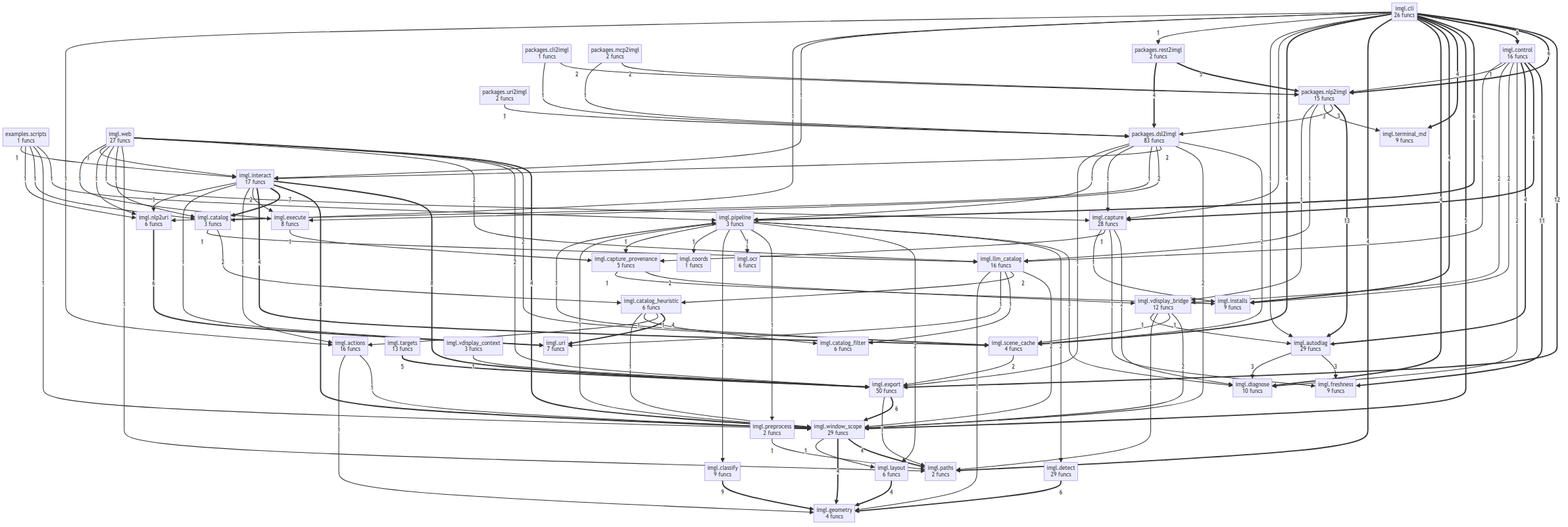
Before: project/compact_flow.png, a diagram exported from Mermaid (semcod/imgl). Its source is kept beside it as project/compact_flow.mmd.
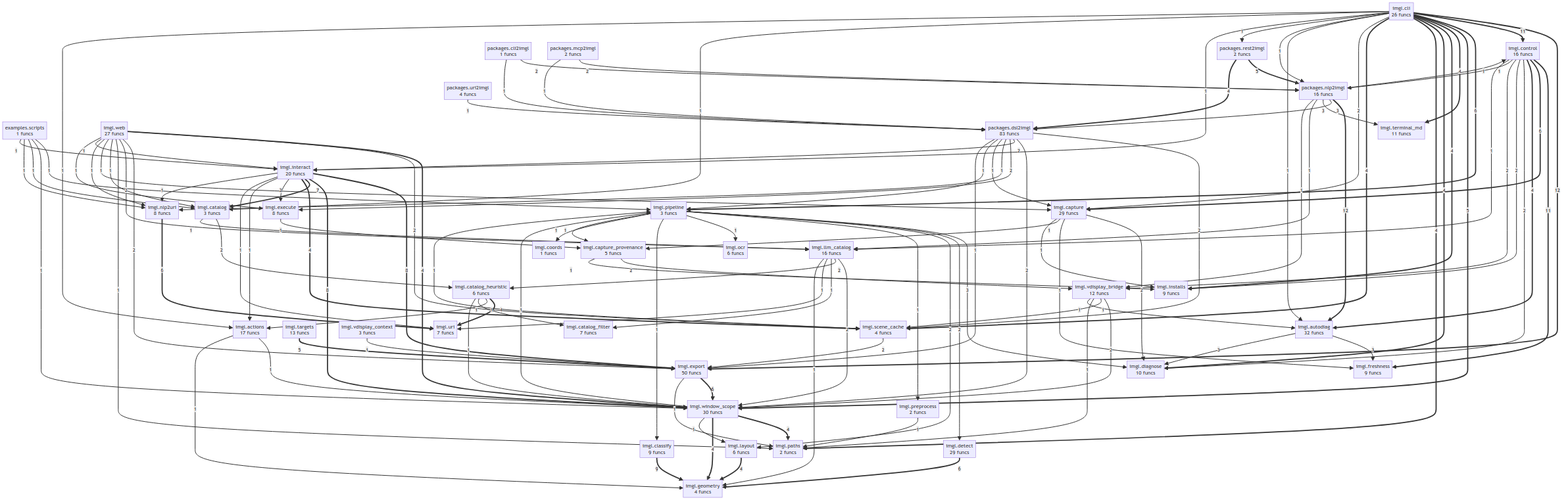
The same file after the commit.

Change to the diagram source:
```diff
@@ -1,11 +1,11 @@
 flowchart TD
     examples__scripts["examples.scripts<br/>1 funcs"]
-    imgl__actions["imgl.actions<br/>16 funcs"]
-    imgl__autodiag["imgl.autodiag<br/>29 funcs"]
-    imgl__capture["imgl.capture<br/>28 funcs"]
+    imgl__actions["imgl.actions<br/>17 funcs"]
+    imgl__autodiag["imgl.autodiag<br/>32 funcs"]
+    imgl__capture["imgl.capture<br/>29 funcs"]
     imgl__capture_provenance["imgl.capture_provenance<br/>5 funcs"]
     imgl__catalog["imgl.catalog<br/>3 funcs"]
-    imgl__catalog_filter["imgl.catalog_filter<br/>6 funcs"]
+    imgl__catalog_filter["imgl.catalog_filter<br/>7 funcs"]
     imgl__catalog_heuristic["imgl.catalog_heuristic<br/>6 funcs"]
     imgl__classify["imgl.classify<br/>9 funcs"]
     imgl__cli["imgl.cli<br/>26 funcs"]
@@ -18,58 +18,57 @@
     imgl__freshness["imgl.freshness<br/>9 funcs"]
     imgl__geometry["imgl.geometry<br/>4 funcs"]
     imgl__installs["imgl.installs<br/>9 funcs"]
-    imgl__interact["imgl.interact<br/>17 funcs"]
+    imgl__interact["imgl.interact<br/>20 funcs"]
     imgl__layout["imgl.layout<br/>6 funcs"]
     imgl__llm_catalog["imgl.llm_catalog<br/>16 funcs"]
-    imgl__nlp2uri["imgl.nlp2uri<br/>6 funcs"]
+    imgl__nlp2uri["imgl.nlp2uri<br/>8 funcs"]
     imgl__ocr["imgl.ocr<br/>6 funcs"]
     imgl__paths["imgl.paths<br/>2 funcs"]
     imgl__pipeline["imgl.pipeline<br/>3 funcs"]
     imgl__preprocess["imgl.preprocess<br/>2 funcs"]
     imgl__scene_cache["imgl.scene_cache<br/>4 funcs"]
     imgl__targets["imgl.targets<br/>13 funcs"]
-    imgl__terminal_md["imgl.terminal_md<br/>9 funcs"]
+    imgl__terminal_md["imgl.terminal_md<br/>11 funcs"]
     imgl__uri["imgl.uri<br/>7 funcs"]
     imgl__vdisplay_bridge["imgl.vdisplay_bridge<br/>12 funcs"]
     imgl__vdisplay_context["imgl.vdisplay_context<br/>3 funcs"]
     imgl__web["imgl.web<br/>27 funcs"]
-    imgl__window_scope["imgl.window_scope<br/>29 funcs"]
+    imgl__window_scope["imgl.window_scope<br/>30 funcs"]
     packages__cli2imgl["packages.cli2imgl<br/>1 funcs"]
     packages__dsl2imgl["packages.dsl2imgl<br/>83 funcs"]
     packages__mcp2imgl["packages.mcp2imgl<br/>2 funcs"]
-    packages__nlp2imgl["packages.nlp2imgl<br/>15 funcs"]
+    packages__nlp2imgl["packages.nlp2imgl<br/>16 funcs"]
     packages__rest2imgl["packages.rest2imgl<br/>2 funcs"]
-    packages__uri2imgl["packages.uri2imgl<br/>2 funcs"]
-    packages__nlp2imgl ==>|13| imgl__autodiag
+    packages__uri2imgl["packages.uri2imgl<br/>4 funcs"]
+    packages__nlp2imgl ==>|12| imgl__autodiag
     imgl__cli ==>|12| imgl__export
+    imgl__cli ==>|11| imgl__control
     imgl__control ==>|11| imgl__freshness
     imgl__classify ==>|9| imgl__geometry
     imgl__interact ==>|8| imgl__export
     imgl__interact ==>|8| imgl__window_scope
     imgl__interact ==>|7| imgl__catalog
-    imgl__nlp2uri ==>|6| imgl__uri
+    imgl__cli ==>|6| imgl__pipeline
     imgl__control ==>|6| imgl__capture
     imgl__export ==>|6| imgl__window_scope
     imgl__detect ==>|6| imgl__geometry
-    imgl__cli ==>|6| packages__nlp2imgl
-    imgl__cli ==>|6| imgl__control
-    imgl__cli ==>|6| imgl__pipeline
+    imgl__nlp2uri ==>|6| imgl__uri
     packages__rest2imgl ==>|5| packages__nlp2imgl
     imgl__cli ==>|5| imgl__window_scope
     imgl__targets ==>|5| imgl__export
     packages__rest2imgl ==>|4| packages__dsl2imgl
-    imgl__interact ==>|4| imgl__scene_cache
-    imgl__layout ==>|4| imgl__geometry
-    imgl__window_scope ==>|4| imgl__paths
-    imgl__window_scope ==>|4| imgl__geometry
-    imgl__control ==>|4| imgl__autodiag
-    imgl__catalog_heuristic ==>|4| imgl__uri
-    imgl__web ==>|4| imgl__window_scope
     imgl__cli ==>|4| imgl__terminal_md
     imgl__cli ==>|4| imgl__installs
     imgl__cli ==>|4| imgl__diagnose
     imgl__cli ==>|4| imgl__paths
     imgl__cli ==>|4| imgl__scene_cache
+    imgl__layout ==>|4| imgl__geometry
+    imgl__control ==>|4| imgl__autodiag
+    imgl__catalog_heuristic ==>|4| imgl__uri
+    imgl__web ==>|4| imgl__window_scope
+    imgl__interact ==>|4| imgl__scene_cache
+    imgl__window_scope ==>|4| imgl__paths
+    imgl__window_scope ==>|4| imgl__geometry
     packages__nlp2imgl -->|3| packages__dsl2imgl
     packages__nlp2imgl -->|3| imgl__terminal_md
     imgl__pipeline -->|3| imgl__diagnose
@@ -81,10 +80,9 @@
     packages__dsl2imgl -->|2| imgl__window_scope
     packages__dsl2imgl -->|2| imgl__interact
     packages__dsl2imgl -->|2| imgl__execute
+    imgl__cli -->|2| imgl__capture
     imgl__scene_cache -->|2| imgl__export
-    imgl__interact -->|2| imgl__execute
     imgl__catalog -->|2| imgl__catalog_heuristic
-    imgl__capture -->|2| imgl__diagnose
     imgl__llm_catalog -->|2| imgl__window_scope
     imgl__llm_catalog -->|2| imgl__catalog_heuristic
     imgl__pipeline -->|2| imgl__detect
@@ -97,7 +95,8 @@
     imgl__web -->|2| imgl__scene_cache
     imgl__web -->|2| imgl__export
     imgl__web -->|2| imgl__llm_catalog
-    imgl__cli -->|2| imgl__capture
+    imgl__interact -->|2| imgl__execute
+    imgl__capture -->|2| imgl__diagnose
     packages__cli2imgl -->|1| packages__dsl2imgl
     packages__uri2imgl -->|1| packages__dsl2imgl
     packages__mcp2imgl -->|1| packages__dsl2imgl
@@ -107,27 +106,24 @@
     packages__dsl2imgl -->|1| imgl__export
     packages__nlp2imgl -->|1| imgl__llm_catalog
     packages__nlp2imgl -->|1| imgl__vdisplay_bridge
+    packages__nlp2imgl -->|1| imgl__control
     examples__scripts -->|1| imgl__pipeline
     examples__scripts -->|1| imgl__window_scope
     examples__scripts -->|1| imgl__catalog
     examples__scripts -->|1| imgl__nlp2uri
     examples__scripts -->|1| imgl__interact
+    imgl__cli -->|1| imgl__autodiag
+    imgl__cli -->|1| packages__nlp2imgl
+    imgl__cli -->|1| packages__rest2imgl
+    imgl__cli -->|1| imgl__interact
+    imgl__cli -->|1| imgl__catalog
+    imgl__cli -->|1| imgl__actions
     imgl__scene_cache -->|1| imgl__pipeline
-    imgl__interact -->|1| imgl__actions
-    imgl__interact -->|1| imgl__uri
-    imgl__interact -->|1| imgl__nlp2uri
-    imgl__actions -->|1| imgl__window_scope
-    imgl__actions -->|1| imgl__geometry
     imgl__catalog -->|1| imgl__llm_catalog
-    imgl__capture -->|1| imgl__freshness
-    imgl__capture -->|1| imgl__capture_provenance
-    imgl__capture -->|1| imgl__installs
     imgl__preprocess -->|1| imgl__paths
     imgl__llm_catalog -->|1| imgl__catalog_filter
     imgl__llm_catalog -->|1| imgl__uri
     imgl__llm_catalog -->|1| imgl__geometry
-    imgl__window_scope -->|1| imgl__pipeline
-    imgl__window_scope -->|1| imgl__layout
     imgl__vdisplay_context -->|1| imgl__export
     imgl__execute -->|1| imgl__capture_provenance
     imgl__pipeline -->|1| imgl__preprocess
@@ -151,8 +147,13 @@
     imgl__web -->|1| imgl__nlp2uri
     imgl__web -->|1| imgl__interact
     imgl__web -->|1| imgl__execute
-    imgl__cli -->|1| imgl__autodiag
-    imgl__cli -->|1| packages__rest2imgl
-    imgl__cli -->|1| imgl__interact
-    imgl__cli -->|1| imgl__catalog
-    imgl__cli -->|1| imgl__actions
+    imgl__interact -->|1| imgl__actions
+    imgl__interact -->|1| imgl__uri
+    imgl__interact -->|1| imgl__nlp2uri
+    imgl__actions -->|1| imgl__window_scope
+    imgl__actions -->|1| imgl__geometry
+    imgl__capture -->|1| imgl__freshness
+    imgl__capture -->|1| imgl__capture_provenance
+    imgl__capture -->|1| imgl__installs
+    imgl__window_scope -->|1| imgl__pipeline
+    imgl__window_scope -->|1| imgl__layout
```
